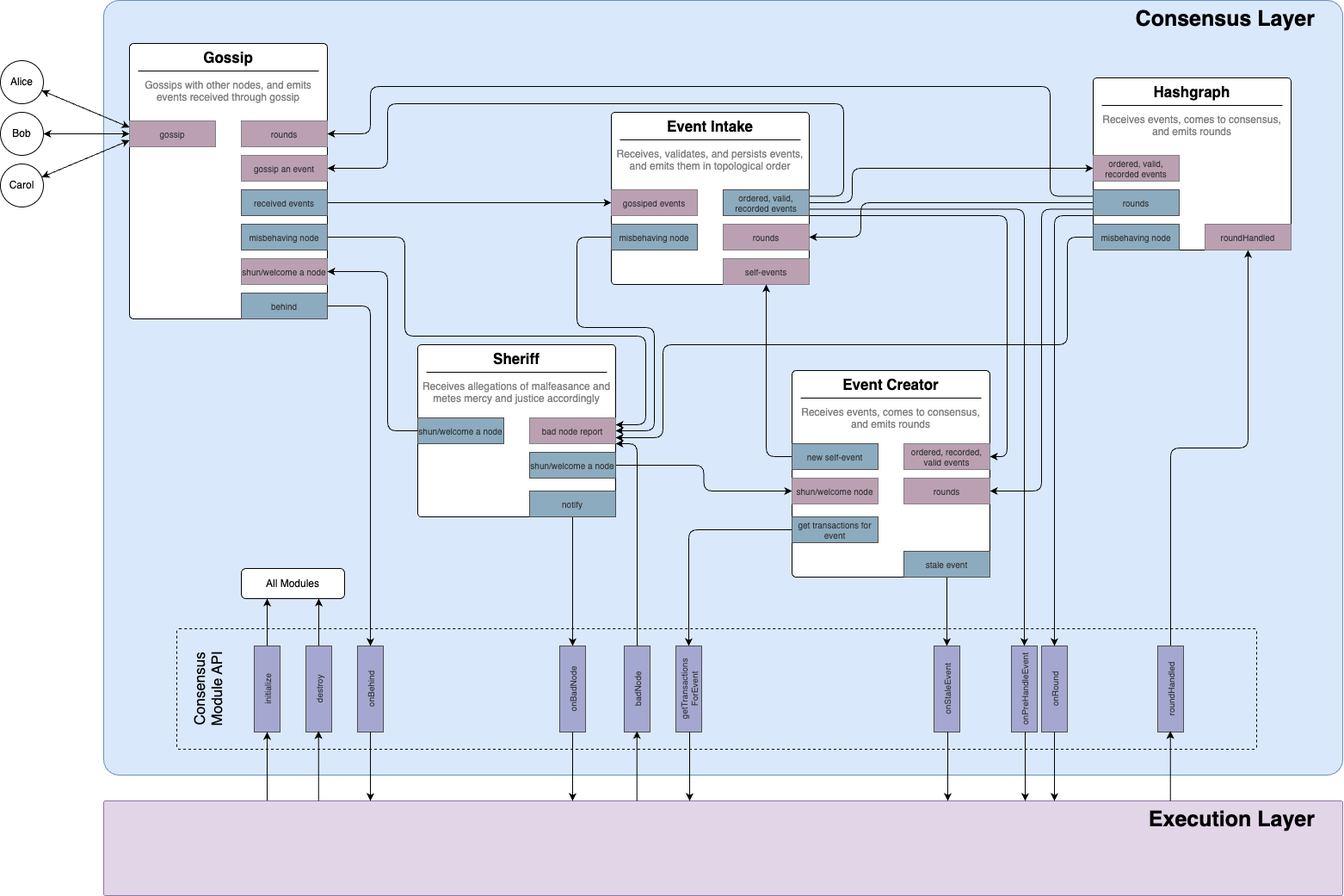
Before: platform-sdk/docs/proposals/consensus-layer/consensus-module-arch.png, a diagram exported from draw.io (hashgraph/hedera-services). Source tidied: cells renumbered, new cells last; positions are measured from the earlier drawing's top-left corner, leaving out a move shared by most shapes.
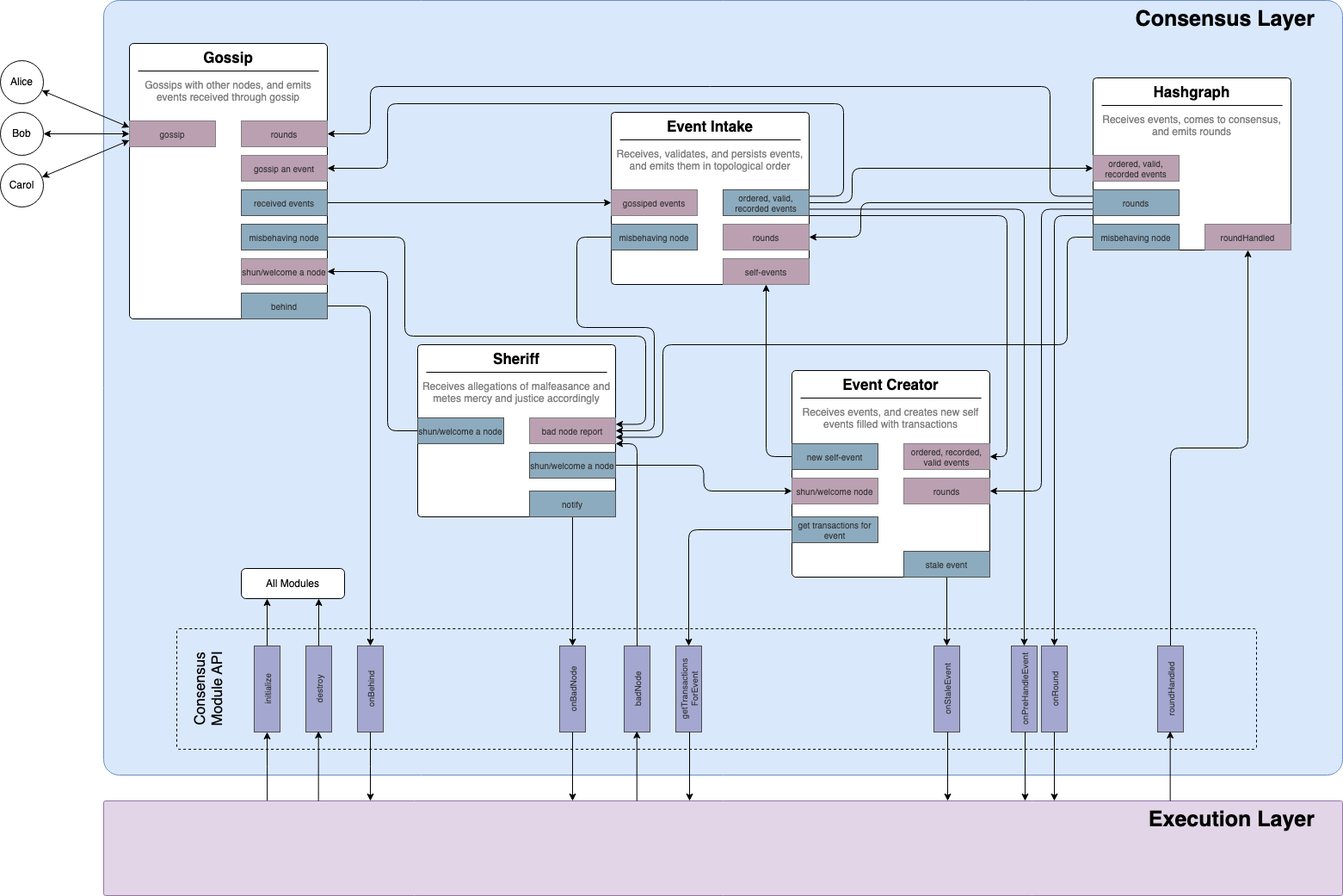
The same file after the commit.

Commit message:
Fix event creator description

What changed in the source:
```diff
@@ -183,7 +183,7 @@
         <mxPoint x="1490.1" y="122" as="targetPoint" />
       </mxGeometry>
     </mxCell>
-    <mxCell id="43" value="&lt;font style=&quot;font-size: 17px;&quot;&gt;&lt;b&gt;Event Creator&lt;/b&gt;&lt;br&gt;&lt;/font&gt;&lt;font color=&quot;#808080&quot;&gt;&lt;br&gt;Receives events, comes to consensus, and emits rounds&lt;/font&gt;" style="rounded=1;whiteSpace=wrap;html=1;arcSize=2;verticalAlign=top;" parent="1" vertex="1">
+    <mxCell id="43" value="&lt;font style=&quot;font-size: 17px;&quot;&gt;&lt;b&gt;Event Creator&lt;/b&gt;&lt;br&gt;&lt;/font&gt;&lt;font color=&quot;#808080&quot;&gt;&lt;br&gt;Receives events, and creates new self events filled with transactions&lt;br&gt;&lt;/font&gt;" style="rounded=1;whiteSpace=wrap;html=1;arcSize=2;verticalAlign=top;" parent="1" vertex="1">
       <mxGeometry x="920" y="430" width="230" height="240" as="geometry" />
     </mxCell>
     <mxCell id="44" style="endArrow=none;html=1;rounded=0;entryX=0.957;entryY=0.231;entryDx=0;entryDy=0;entryPerimeter=0;" parent="1" edge="1">
```
